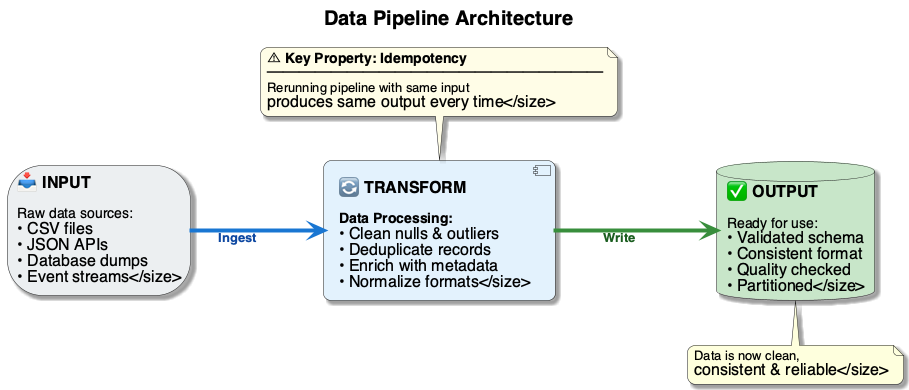
This is diagrams/week01/week1_data_pipeline.png from OrPerets/data-engineering-course, a PlantUML export, as it was before one commit. Source of this version:
```plantuml
@startuml
left to right direction
skinparam defaultFontName "Segoe UI, Helvetica, sans-serif"
skinparam defaultFontSize 16
skinparam roundcorner 15
skinparam shadowing true
skinparam linetype ortho
skinparam nodesep 45
skinparam ranksep 70

skinparam arrow {
    Thickness 3.5
    FontSize 13
}

title <size:20><b>Data Pipeline Architecture</b></size>

storage "📥 **INPUT**\n\n<size:14>Raw data sources:\n• CSV files\n• JSON APIs\n• Database dumps\n• Event streams</size>" as I #ECEFF1 {
}

component "🔄 **TRANSFORM**\n\n<size:14><b>Data Processing:</b>\n• Clean nulls & outliers\n• Deduplicate records\n• Enrich with metadata\n• Normalize formats</size>" as T #E3F2FD {
}

database "✅ **OUTPUT**\n\n<size:14>Ready for use:\n• Validated schema\n• Consistent format\n• Quality checked\n• Partitioned</size>" as O #C8E6C9 {
}

I -[#1976D2,thickness=4]-> T : <size:13><color:#0D47A1>**Ingest**</color></size>
T -[#388E3C,thickness=4]-> O : <size:13><color:#1B5E20>**Write**</color></size>

note top of T #FFFDE7
  <size:14><b>⚠️ Key Property: Idempotency</b></size>
  ─────────────────────
  <size:13>Rerunning pipeline with same input
  produces same output every time</size>
end note

note bottom of O
  <size:13>Data is now clean,
  consistent & reliable</size>
end note

@enduml
```
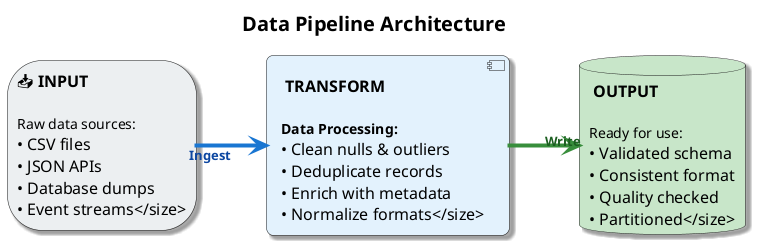
Later version of the same file.

The edit, as a diff of the source:
```diff
@@ -15,28 +15,13 @@
 
 title <size:20><b>Data Pipeline Architecture</b></size>
 
-storage "📥 **INPUT**\n\n<size:14>Raw data sources:\n• CSV files\n• JSON APIs\n• Database dumps\n• Event streams</size>" as I #ECEFF1 {
-}
+storage "📥 **INPUT**\n\n<size:14>Raw data sources:\n• CSV files\n• JSON APIs\n• Database dumps\n• Event streams</size>" as I #ECEFF1
 
-component "🔄 **TRANSFORM**\n\n<size:14><b>Data Processing:</b>\n• Clean nulls & outliers\n• Deduplicate records\n• Enrich with metadata\n• Normalize formats</size>" as T #E3F2FD {
-}
+component "🔄 **TRANSFORM**\n\n<size:14><b>Data Processing:</b>\n• Clean nulls & outliers\n• Deduplicate records\n• Enrich with metadata\n• Normalize formats</size>" as T #E3F2FD
 
-database "✅ **OUTPUT**\n\n<size:14>Ready for use:\n• Validated schema\n• Consistent format\n• Quality checked\n• Partitioned</size>" as O #C8E6C9 {
-}
+database "✅ **OUTPUT**\n\n<size:14>Ready for use:\n• Validated schema\n• Consistent format\n• Quality checked\n• Partitioned</size>" as O #C8E6C9
 
 I -[#1976D2,thickness=4]-> T : <size:13><color:#0D47A1>**Ingest**</color></size>
 T -[#388E3C,thickness=4]-> O : <size:13><color:#1B5E20>**Write**</color></size>
 
-note top of T #FFFDE7
-  <size:14><b>⚠️ Key Property: Idempotency</b></size>
-  ─────────────────────
-  <size:13>Rerunning pipeline with same input
-  produces same output every time</size>
-end note
-
-note bottom of O
-  <size:13>Data is now clean,
-  consistent & reliable</size>
-end note
-
 @enduml
```
